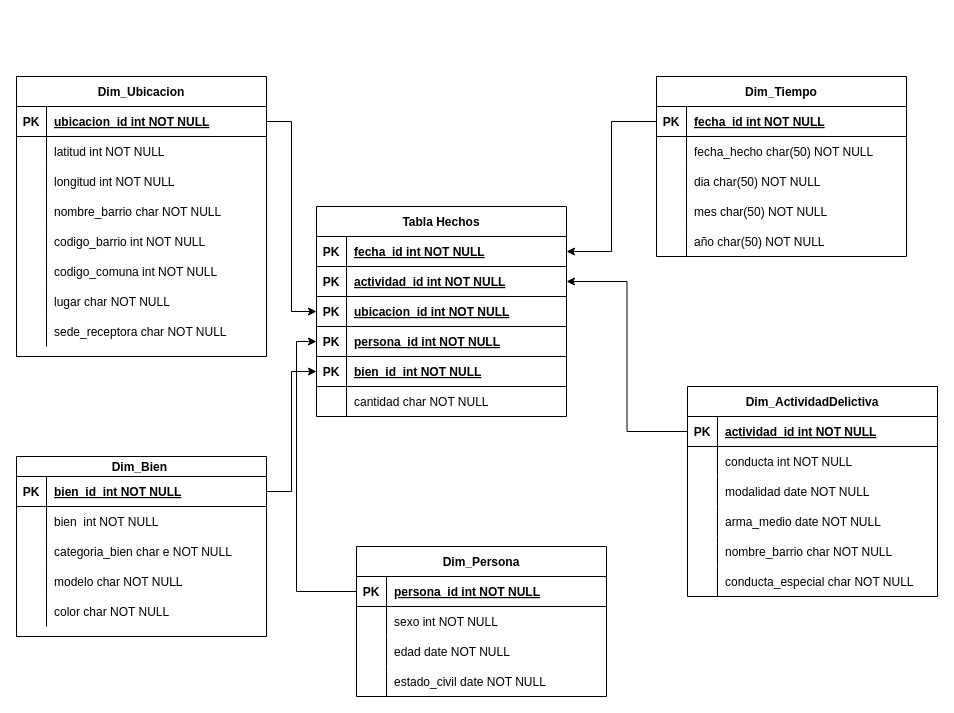
Earlier version of the draw.io diagram Diagrama sin título.drawio (JonhNino/Book-s). Source tidied: cells renumbered, new cells numbered last; positions are measured from the earlier drawing's top-left corner, leaving out a move shared by most shapes. Both pictures are drawn from the tidied source at 100%, with x=0, y=0 at pixel (16, 76).
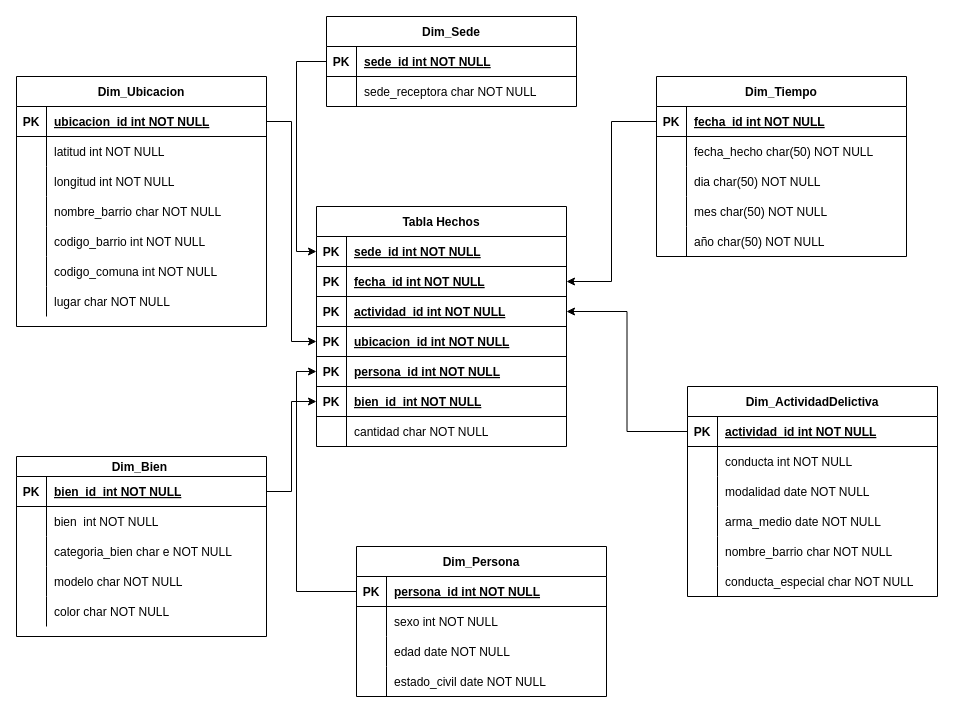
After the change.

The edit, as a diff of the source:
```diff
@@
     <mxCell id="2" value="Dim_Ubicacion" style="shape=table;startSize=30;childLayout=tableLayout;rowLines=0;fontStyle=1;align=center;" parent="1" vertex="1">
-      <mxGeometry width="250" height="280" as="geometry" />
+      <mxGeometry width="250" height="250" as="geometry" />
     </mxCell>
@@
-    <mxCell id="24" style="shape=partialRectangle;fillColor=none;top=0;left=0;right=0;bottom=0;" parent="2" vertex="1">
-      <mxGeometry y="240" width="250" height="30" as="geometry" />
-    </mxCell>
-    <mxCell id="25" style="shape=partialRectangle;overflow=hidden;fillColor=none;top=0;left=0;bottom=0;right=0;" parent="24" vertex="1">
-      <mxGeometry width="30" height="30" as="geometry" />
-    </mxCell>
-    <mxCell id="26" value="sede_receptora char NOT NULL" style="shape=partialRectangle;overflow=hidden;fillColor=none;top=0;left=0;bottom=0;right=0;align=left;spacingLeft=6;" parent="24" vertex="1">
-      <mxGeometry x="30" width="220" height="30" as="geometry" />
-    </mxCell>
@@
     <mxCell id="91" value="Tabla Hechos" style="shape=table;startSize=30;childLayout=tableLayout;rowLines=0;fontStyle=1;align=center;" parent="1" vertex="1">
-      <mxGeometry x="300" y="130" width="250" height="210" as="geometry" />
+      <mxGeometry x="300" y="130" width="250" height="240" as="geometry" />
     </mxCell>
+    <mxCell id="115" style="shape=partialRectangle;fillColor=none;points=[[0,0.5],[1,0.5]];portConstraint=eastwest;top=0;left=0;right=0;bottom=1;" parent="91" vertex="1">
+      <mxGeometry y="30" width="250" height="30" as="geometry" />
+    </mxCell>
+    <mxCell id="116" value="PK" style="shape=partialRectangle;overflow=hidden;fillColor=none;top=0;left=0;bottom=0;right=0;fontStyle=1;" parent="115" vertex="1">
+      <mxGeometry width="30" height="30" as="geometry" />
+    </mxCell>
+    <mxCell id="117" value="sede_id int NOT NULL " style="shape=partialRectangle;overflow=hidden;fillColor=none;top=0;left=0;bottom=0;right=0;align=left;spacingLeft=6;fontStyle=5;" parent="115" vertex="1">
+      <mxGeometry x="30" width="220" height="30" as="geometry" />
+    </mxCell>
     <mxCell id="92" style="shape=partialRectangle;fillColor=none;points=[[0,0.5],[1,0.5]];portConstraint=eastwest;top=0;left=0;right=0;bottom=1;" parent="91" vertex="1">
-      <mxGeometry y="30" width="250" height="30" as="geometry" />
+      <mxGeometry y="60" width="250" height="30" as="geometry" />
     </mxCell>
@@
     <mxCell id="95" style="shape=partialRectangle;fillColor=none;points=[[0,0.5],[1,0.5]];portConstraint=eastwest;top=0;left=0;right=0;bottom=1;" parent="91" vertex="1">
-      <mxGeometry y="60" width="250" height="30" as="geometry" />
+      <mxGeometry y="90" width="250" height="30" as="geometry" />
     </mxCell>
@@
     <mxCell id="98" style="shape=partialRectangle;fillColor=none;points=[[0,0.5],[1,0.5]];portConstraint=eastwest;top=0;left=0;right=0;bottom=1;" parent="91" vertex="1">
-      <mxGeometry y="90" width="250" height="30" as="geometry" />
+      <mxGeometry y="120" width="250" height="30" as="geometry" />
     </mxCell>
@@
     <mxCell id="101" style="shape=partialRectangle;fillColor=none;points=[[0,0.5],[1,0.5]];portConstraint=eastwest;top=0;left=0;right=0;bottom=1;" parent="91" vertex="1">
-      <mxGeometry y="120" width="250" height="30" as="geometry" />
+      <mxGeometry y="150" width="250" height="30" as="geometry" />
     </mxCell>
@@
     <mxCell id="104" style="shape=partialRectangle;fillColor=none;points=[[0,0.5],[1,0.5]];portConstraint=eastwest;top=0;left=0;right=0;bottom=1;" parent="91" vertex="1">
-      <mxGeometry y="150" width="250" height="30" as="geometry" />
+      <mxGeometry y="180" width="250" height="30" as="geometry" />
     </mxCell>
@@
     <mxCell id="107" style="shape=partialRectangle;fillColor=none;top=0;left=0;right=0;bottom=0;" parent="91" vertex="1">
-      <mxGeometry y="180" width="250" height="30" as="geometry" />
+      <mxGeometry y="210" width="250" height="30" as="geometry" />
     </mxCell>
@@
+    <mxCell id="118" value="Dim_Sede" style="shape=table;startSize=30;childLayout=tableLayout;rowLines=0;fontStyle=1;align=center;" parent="1" vertex="1">
+      <mxGeometry x="310" y="-60" width="250" height="90" as="geometry" />
+    </mxCell>
+    <mxCell id="119" style="shape=partialRectangle;fillColor=none;points=[[0,0.5],[1,0.5]];portConstraint=eastwest;top=0;left=0;right=0;bottom=1;" parent="118" vertex="1">
+      <mxGeometry y="30" width="250" height="30" as="geometry" />
+    </mxCell>
+    <mxCell id="120" value="PK" style="shape=partialRectangle;overflow=hidden;fillColor=none;top=0;left=0;bottom=0;right=0;fontStyle=1;" parent="119" vertex="1">
+      <mxGeometry width="30" height="30" as="geometry" />
+    </mxCell>
+    <mxCell id="121" value="sede_id int NOT NULL " style="shape=partialRectangle;overflow=hidden;fillColor=none;top=0;left=0;bottom=0;right=0;align=left;spacingLeft=6;fontStyle=5;" parent="119" vertex="1">
+      <mxGeometry x="30" width="220" height="30" as="geometry" />
+    </mxCell>
+    <mxCell id="122" style="shape=partialRectangle;fillColor=none;top=0;left=0;right=0;bottom=0;" parent="118" vertex="1">
+      <mxGeometry y="60" width="250" height="30" as="geometry" />
+    </mxCell>
+    <mxCell id="25" style="shape=partialRectangle;overflow=hidden;fillColor=none;top=0;left=0;bottom=0;right=0;" parent="122" vertex="1">
+      <mxGeometry width="30" height="30" as="geometry" />
+    </mxCell>
+    <mxCell id="26" value="sede_receptora char NOT NULL" style="shape=partialRectangle;overflow=hidden;fillColor=none;top=0;left=0;bottom=0;right=0;align=left;spacingLeft=6;" parent="122" vertex="1">
+      <mxGeometry x="30" width="220" height="30" as="geometry" />
+    </mxCell>
+    <mxCell id="123" style="edgeStyle=orthogonalEdgeStyle;rounded=0;jettySize=auto;html=1;entryX=0;entryY=0.5;entryDx=0;entryDy=0;" parent="1" edge="1" source="119" target="115">
+      <mxGeometry relative="1" as="geometry" />
+    </mxCell>
```
